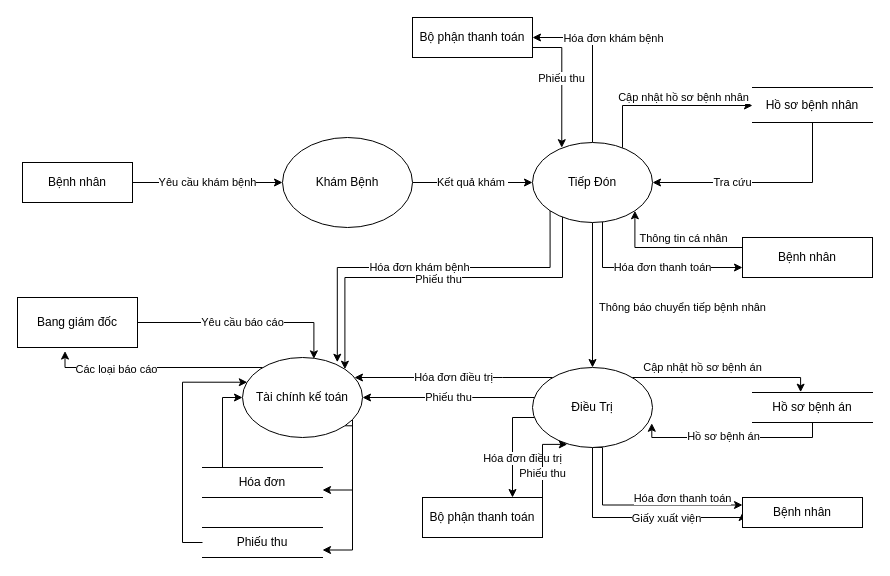
This is MucDinh.drawio from Nhatran241/HTTT, a draw.io file, before an edit. Source tidied: cells renumbered, new cells numbered last; positions are measured from the earlier drawing's top-left corner, leaving out a move shared by most shapes. Both pictures are drawn from the tidied source at 100%, with x=0, y=0 at pixel (17, 17).
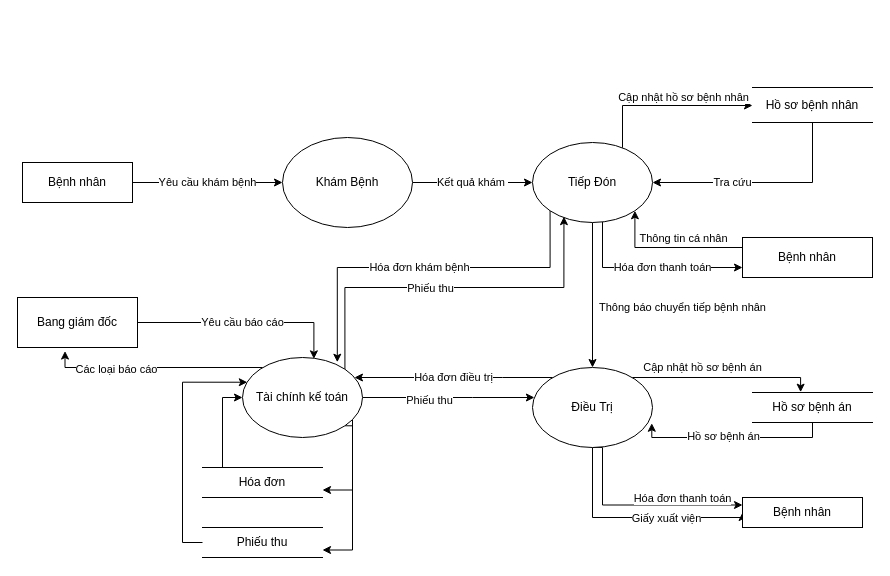
Above is the later version.

The change refers to these unchanged cells:
```xml
<mxCell id="15" value="Tiếp Đón" style="ellipse;whiteSpace=wrap;html=1;" parent="1" vertex="1">
  <mxGeometry x="515" y="125" width="120" height="80" as="geometry" />
</mxCell>
<mxCell id="20" value="Tài chính kế toán" style="ellipse;whiteSpace=wrap;html=1;" parent="1" vertex="1">
  <mxGeometry x="225" y="340" width="120" height="80" as="geometry" />
</mxCell>
<mxCell id="28" value="Điều Trị" style="ellipse;whiteSpace=wrap;html=1;" parent="1" vertex="1">
  <mxGeometry x="515" y="350" width="120" height="80" as="geometry" />
</mxCell>
```

The edit, as a diff of the source:
```diff
@@
-    <mxCell id="9" style="edgeStyle=orthogonalEdgeStyle;rounded=0;jettySize=auto;html=1;entryX=1;entryY=0.5;entryDx=0;entryDy=0;" parent="1" edge="1" source="15" target="47">
-      <mxGeometry relative="1" as="geometry" />
-    </mxCell>
-    <mxCell id="10" value="Hóa đơn khám bệnh" style="edgeLabel;html=1;align=center;verticalAlign=middle;" parent="9" vertex="1">
-      <mxGeometry x="0.05" y="-2" relative="1" as="geometry">
-        <mxPoint x="18" y="-18" as="offset" />
-      </mxGeometry>
-    </mxCell>
-    <mxCell id="11" style="edgeStyle=orthogonalEdgeStyle;rounded=0;jettySize=auto;html=1;exitX=0;exitY=1;exitDx=0;exitDy=0;entryX=1;entryY=0;entryDx=0;entryDy=0;" parent="1" edge="1" source="15" target="20">
-      <mxGeometry relative="1" as="geometry">
-        <Array as="points">
-          <mxPoint x="545" y="193" />
-          <mxPoint x="545" y="260" />
-          <mxPoint x="327" y="260" />
-        </Array>
-      </mxGeometry>
-    </mxCell>
-    <mxCell id="12" value="Phiếu thu" style="edgeLabel;html=1;align=center;verticalAlign=middle;" parent="11" vertex="1">
-      <mxGeometry x="0.05" y="1" relative="1" as="geometry" />
-    </mxCell>
@@
+    <mxCell id="48" style="edgeStyle=orthogonalEdgeStyle;rounded=0;jettySize=auto;html=1;exitX=1;exitY=0;exitDx=0;exitDy=0;entryX=0.262;entryY=0.927;entryDx=0;entryDy=0;entryPerimeter=0;" parent="1" edge="1" source="20" target="15">
+      <mxGeometry relative="1" as="geometry">
+        <Array as="points">
+          <mxPoint x="327" y="270" />
+          <mxPoint x="546" y="270" />
+        </Array>
+      </mxGeometry>
+    </mxCell>
+    <mxCell id="49" value="Phiếu thu" style="edgeLabel;html=1;align=center;verticalAlign=middle;" parent="48" vertex="1">
+      <mxGeometry x="-0.1" relative="1" as="geometry" />
+    </mxCell>
+    <mxCell id="50" style="edgeStyle=orthogonalEdgeStyle;rounded=0;jettySize=auto;html=1;" parent="1" edge="1" source="20" target="28">
+      <mxGeometry relative="1" as="geometry">
+        <Array as="points">
+          <mxPoint x="455" y="380" />
+          <mxPoint x="455" y="380" />
+        </Array>
+      </mxGeometry>
+    </mxCell>
+    <mxCell id="51" value="Phiếu thu" style="edgeLabel;html=1;align=center;verticalAlign=middle;" parent="50" vertex="1">
+      <mxGeometry x="-0.23" y="-2" relative="1" as="geometry" />
+    </mxCell>
@@
-    <mxCell id="25" value="Hóa đơn điều trị" style="edgeStyle=orthogonalEdgeStyle;rounded=0;jettySize=auto;html=1;" parent="1" edge="1" source="28" target="39">
-      <mxGeometry x="0.24" y="10" relative="1" as="geometry">
-        <Array as="points">
-          <mxPoint x="495" y="400" />
-        </Array>
-      </mxGeometry>
-    </mxCell>
-    <mxCell id="26" value="Phiếu thu" style="edgeStyle=orthogonalEdgeStyle;rounded=0;jettySize=auto;html=1;" parent="1" edge="1" source="28" target="20">
-      <mxGeometry relative="1" as="geometry">
-        <Array as="points">
-          <mxPoint x="455" y="380" />
-          <mxPoint x="455" y="380" />
-        </Array>
-      </mxGeometry>
-    </mxCell>
@@
-    <mxCell id="38" value="Phiếu thu" style="edgeStyle=orthogonalEdgeStyle;rounded=0;jettySize=auto;html=1;exitX=0.75;exitY=0;exitDx=0;exitDy=0;entryX=0.29;entryY=0.961;entryDx=0;entryDy=0;entryPerimeter=0;" parent="1" edge="1" source="39" target="28">
-      <mxGeometry relative="1" as="geometry">
-        <Array as="points">
-          <mxPoint x="525" y="480" />
-          <mxPoint x="525" y="427" />
-        </Array>
-      </mxGeometry>
-    </mxCell>
-    <mxCell id="39" value="Bộ phận thanh toán" style="rounded=0;whiteSpace=wrap;html=1;" parent="1" vertex="1">
-      <mxGeometry x="405" y="480" width="120" height="40" as="geometry" />
-    </mxCell>
@@
-    <mxCell id="46" value="Phiếu thu" style="edgeStyle=orthogonalEdgeStyle;rounded=0;jettySize=auto;html=1;exitX=1;exitY=1;exitDx=0;exitDy=0;entryX=0.244;entryY=0.065;entryDx=0;entryDy=0;entryPerimeter=0;" parent="1" edge="1" source="47" target="15">
-      <mxGeometry relative="1" as="geometry">
-        <Array as="points">
-          <mxPoint x="544" y="30" />
-        </Array>
-      </mxGeometry>
-    </mxCell>
-    <mxCell id="47" value="Bộ phận thanh toán" style="rounded=0;whiteSpace=wrap;html=1;" parent="1" vertex="1">
-      <mxGeometry x="395" width="120" height="40" as="geometry" />
-    </mxCell>
```
